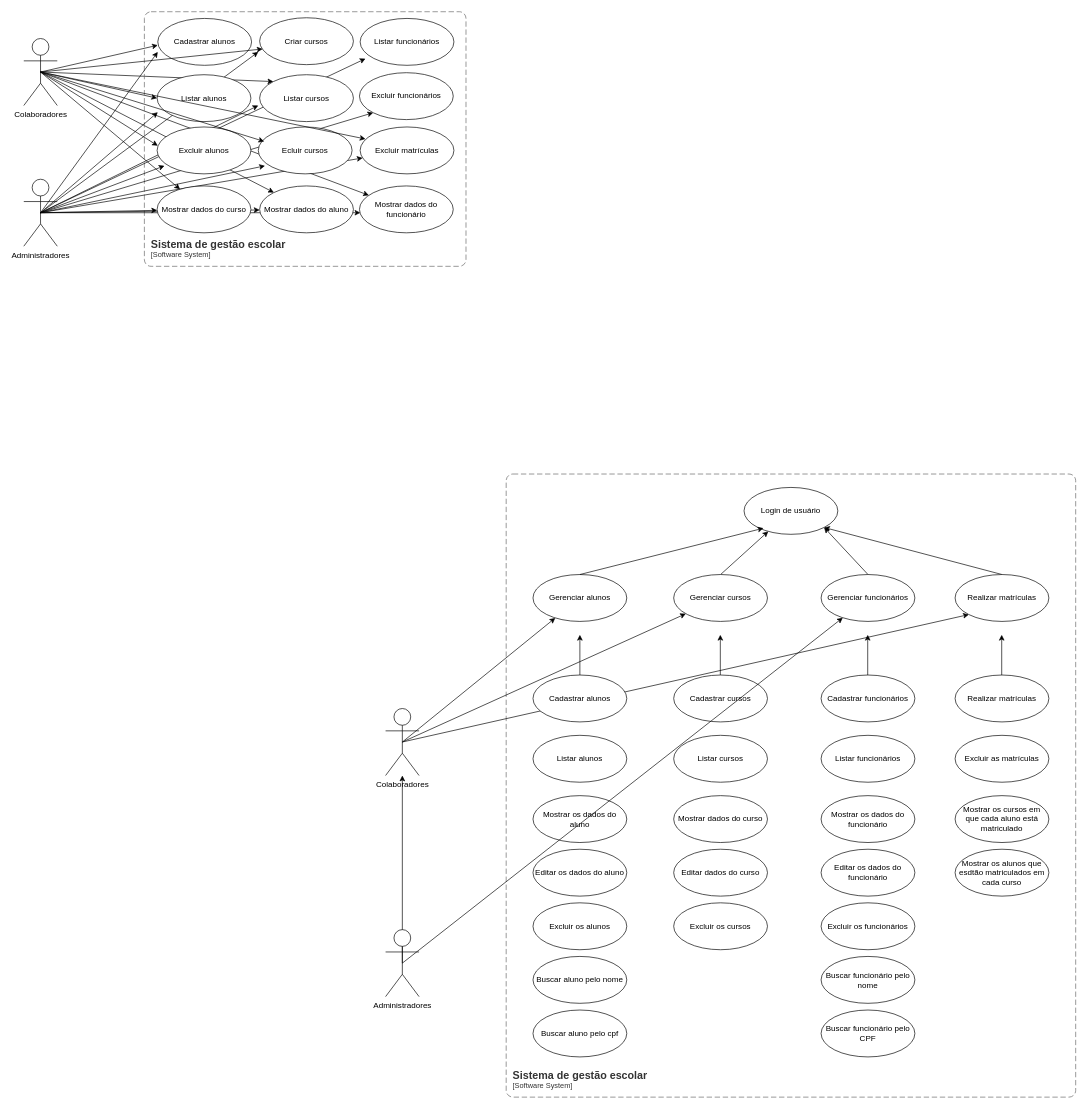
Before: diagramas/casos-de-uso.drawio in eenzofelipe67527-star/forja-gestao-escolar, a draw.io diagram. Source tidied: cells renumbered, new cells numbered last; positions are measured from the earlier drawing's top-left corner, leaving out a move shared by most shapes. Both pictures are drawn from the tidied source at 67%, with x=0, y=0 at pixel (23, 11).
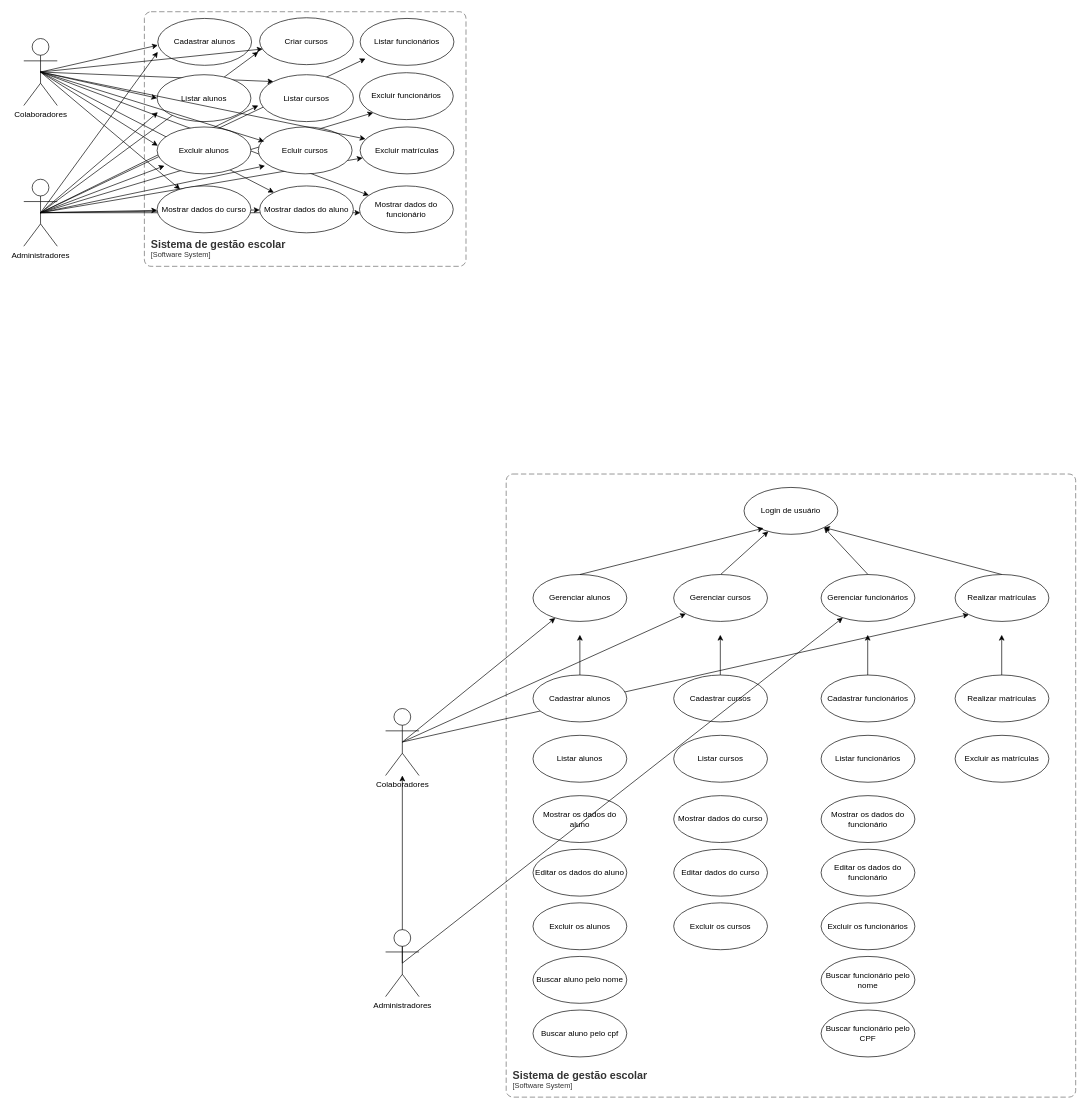
Above is the later version.

What changed in the source:
```diff
@@
-    <mxCell id="74" value="Mostrar os alunos que esdtão matriculados em cada curso" style="ellipse;whiteSpace=wrap;html=1;" parent="1" vertex="1">
-      <mxGeometry x="1390" y="1250" width="140" height="70" as="geometry" />
-    </mxCell>
-    <mxCell id="75" value="Mostrar os cursos em que cada aluno está matriculado" style="ellipse;whiteSpace=wrap;html=1;" parent="1" vertex="1">
-      <mxGeometry x="1390" y="1170" width="140" height="70" as="geometry" />
-    </mxCell>
```
